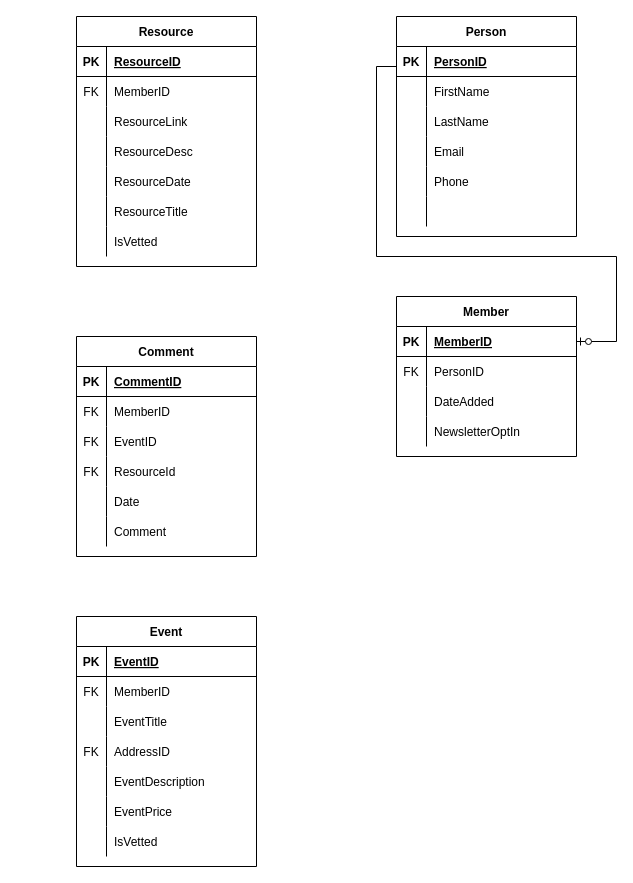
Earlier version of the draw.io diagram Diagrams/ClimateEntityDiagram.drawio (BeartoothHiker/it-120-group-project). Source tidied: cells renumbered, new cells numbered last; positions are measured from the earlier drawing's top-left corner, leaving out a move shared by most shapes. Both pictures are drawn from the tidied source at 100%, with x=0, y=0 at pixel (76, 16).
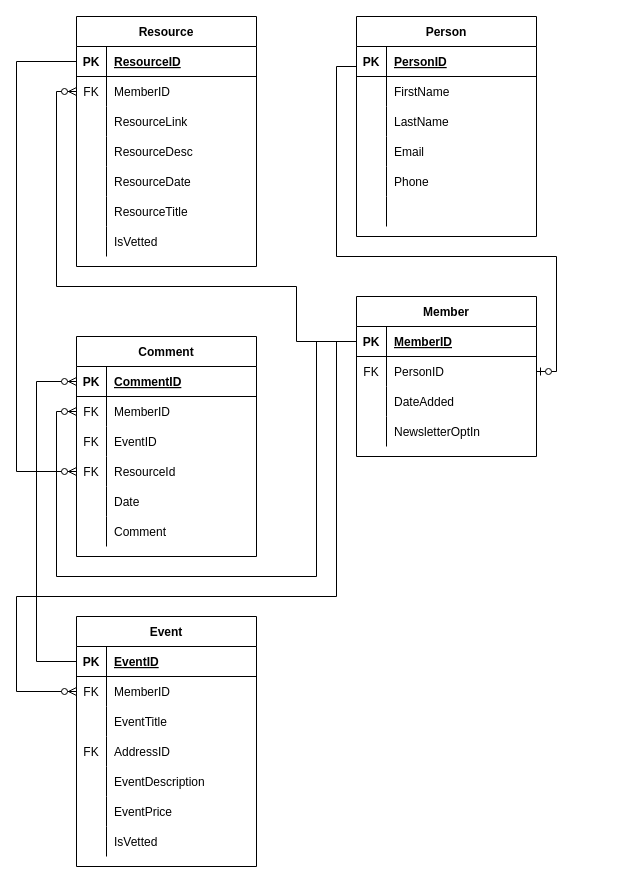
Above is the later version.

Commit message:
Add relationship information

The change refers to these unchanged cells:
```xml
<mxCell id="22" style="shape=partialRectangle;fillColor=none;top=0;left=0;bottom=1;right=0;points=[[0,0.5],[1,0.5]];portConstraint=eastwest;" parent="21" vertex="1">
  <mxGeometry y="30" width="180" height="30" as="geometry" />
</mxCell>
<mxCell id="25" style="shape=partialRectangle;fillColor=none;top=0;left=0;bottom=0;right=0;points=[[0,0.5],[1,0.5]];portConstraint=eastwest;" parent="21" vertex="1">
  <mxGeometry y="60" width="180" height="30" as="geometry" />
</mxCell>
<mxCell id="31" style="shape=partialRectangle;fillColor=none;top=0;left=0;bottom=0;right=0;points=[[0,0.5],[1,0.5]];portConstraint=eastwest;" parent="21" vertex="1">
  <mxGeometry y="120" width="180" height="30" as="geometry" />
</mxCell>
<mxCell id="41" style="shape=partialRectangle;fillColor=none;top=0;left=0;bottom=1;right=0;points=[[0,0.5],[1,0.5]];portConstraint=eastwest;" parent="40" vertex="1">
  <mxGeometry y="30" width="180" height="30" as="geometry" />
</mxCell>
<mxCell id="44" style="shape=partialRectangle;fillColor=none;top=0;left=0;bottom=0;right=0;points=[[0,0.5],[1,0.5]];portConstraint=eastwest;" parent="40" vertex="1">
  <mxGeometry y="60" width="180" height="30" as="geometry" />
</mxCell>
<mxCell id="63" style="shape=partialRectangle;fillColor=none;top=0;left=0;bottom=1;right=0;points=[[0,0.5],[1,0.5]];portConstraint=eastwest;" parent="62" vertex="1">
  <mxGeometry y="30" width="180" height="30" as="geometry" />
</mxCell>
<mxCell id="66" style="shape=partialRectangle;fillColor=none;top=0;left=0;bottom=0;right=0;points=[[0,0.5],[1,0.5]];portConstraint=eastwest;" parent="62" vertex="1">
  <mxGeometry y="60" width="180" height="30" as="geometry" />
</mxCell>
<mxCell id="85" style="shape=partialRectangle;fillColor=none;top=0;left=0;bottom=1;right=0;points=[[0,0.5],[1,0.5]];portConstraint=eastwest;" parent="84" vertex="1">
  <mxGeometry y="30" width="180" height="30" as="geometry" />
</mxCell>
<mxCell id="88" style="shape=partialRectangle;fillColor=none;top=0;left=0;bottom=0;right=0;points=[[0,0.5],[1,0.5]];portConstraint=eastwest;" parent="84" vertex="1">
  <mxGeometry y="60" width="180" height="30" as="geometry" />
</mxCell>
```

Diff of the diagram source:
```diff
@@
     <mxCell id="2" value="Person" style="shape=table;startSize=30;childLayout=tableLayout;rowLines=0;fontStyle=1;align=center;" parent="1" vertex="1">
-      <mxGeometry x="320" width="180" height="220" as="geometry" />
+      <mxGeometry x="280" width="180" height="220" as="geometry" />
     </mxCell>
@@
     <mxCell id="84" value="Member" style="shape=table;startSize=30;childLayout=tableLayout;rowLines=0;fontStyle=1;align=center;" parent="1" vertex="1">
-      <mxGeometry x="320" y="280" width="180" height="160" as="geometry" />
+      <mxGeometry x="280" y="280" width="180" height="160" as="geometry" />
     </mxCell>
@@
-    <mxCell id="97" style="edgeStyle=orthogonalEdgeStyle;fontSize=12;html=1;endArrow=ERzeroToOne;endFill=1;rounded=0;elbow=vertical;entryX=1;entryY=0.5;entryDx=0;entryDy=0;" parent="1" edge="1" target="85">
+    <mxCell id="97" style="edgeStyle=orthogonalEdgeStyle;fontSize=12;html=1;endArrow=ERzeroToOne;endFill=1;rounded=0;elbow=vertical;" parent="1" edge="1" target="88">
       <mxGeometry relative="1" as="geometry">
-        <mxPoint x="320" y="50" as="sourcePoint" />
+        <mxPoint x="280" y="50" as="sourcePoint" />
         <Array as="points">
-          <mxPoint x="300" y="50" />
-          <mxPoint x="300" y="240" />
-          <mxPoint x="540" y="240" />
-          <mxPoint x="540" y="325" />
+          <mxPoint x="260" y="50" />
+          <mxPoint x="260" y="240" />
+          <mxPoint x="480" y="240" />
+          <mxPoint x="480" y="355" />
         </Array>
       </mxGeometry>
     </mxCell>
+    <mxCell id="98" style="edgeStyle=orthogonalEdgeStyle;fontSize=12;html=1;endArrow=ERzeroToMany;endFill=1;rounded=0;exitX=0;exitY=0.5;exitDx=0;exitDy=0;entryX=0;entryY=0.5;entryDx=0;entryDy=0;" parent="1" edge="1" source="85" target="66">
+      <mxGeometry relative="1" as="geometry">
+        <Array as="points">
+          <mxPoint x="260" y="325" />
+          <mxPoint x="260" y="580" />
+          <mxPoint x="-60" y="580" />
+          <mxPoint x="-60" y="675" />
+        </Array>
+      </mxGeometry>
+    </mxCell>
+    <mxCell id="99" style="edgeStyle=orthogonalEdgeStyle;fontSize=12;html=1;endArrow=ERzeroToMany;endFill=1;rounded=0;elbow=vertical;exitX=0;exitY=0.5;exitDx=0;exitDy=0;entryX=0;entryY=0.5;entryDx=0;entryDy=0;" parent="1" edge="1" source="85" target="25">
+      <mxGeometry relative="1" as="geometry">
+        <Array as="points">
+          <mxPoint x="240" y="325" />
+          <mxPoint x="240" y="560" />
+          <mxPoint x="-20" y="560" />
+          <mxPoint x="-20" y="395" />
+        </Array>
+      </mxGeometry>
+    </mxCell>
+    <mxCell id="100" style="edgeStyle=orthogonalEdgeStyle;fontSize=12;html=1;endArrow=ERzeroToMany;endFill=1;rounded=0;entryX=0;entryY=0.5;entryDx=0;entryDy=0;exitX=0;exitY=0.5;exitDx=0;exitDy=0;" parent="1" edge="1" source="85" target="44">
+      <mxGeometry relative="1" as="geometry">
+        <Array as="points">
+          <mxPoint x="220" y="325" />
+          <mxPoint x="220" y="270" />
+          <mxPoint x="-20" y="270" />
+          <mxPoint x="-20" y="75" />
+        </Array>
+      </mxGeometry>
+    </mxCell>
+    <mxCell id="101" style="edgeStyle=orthogonalEdgeStyle;fontSize=12;html=1;endArrow=ERzeroToMany;endFill=1;rounded=0;exitX=0;exitY=0.5;exitDx=0;exitDy=0;entryX=0;entryY=0.5;entryDx=0;entryDy=0;" parent="1" edge="1" source="63" target="22">
+      <mxGeometry relative="1" as="geometry">
+        <Array as="points">
+          <mxPoint x="-40" y="645" />
+          <mxPoint x="-40" y="365" />
+        </Array>
+      </mxGeometry>
+    </mxCell>
+    <mxCell id="102" style="edgeStyle=orthogonalEdgeStyle;fontSize=12;html=1;endArrow=ERzeroToMany;endFill=1;rounded=0;entryX=0;entryY=0.5;entryDx=0;entryDy=0;exitX=0;exitY=0.5;exitDx=0;exitDy=0;" parent="1" edge="1" source="41" target="31">
+      <mxGeometry relative="1" as="geometry">
+        <Array as="points">
+          <mxPoint x="-60" y="45" />
+          <mxPoint x="-60" y="455" />
+        </Array>
+      </mxGeometry>
+    </mxCell>
```
